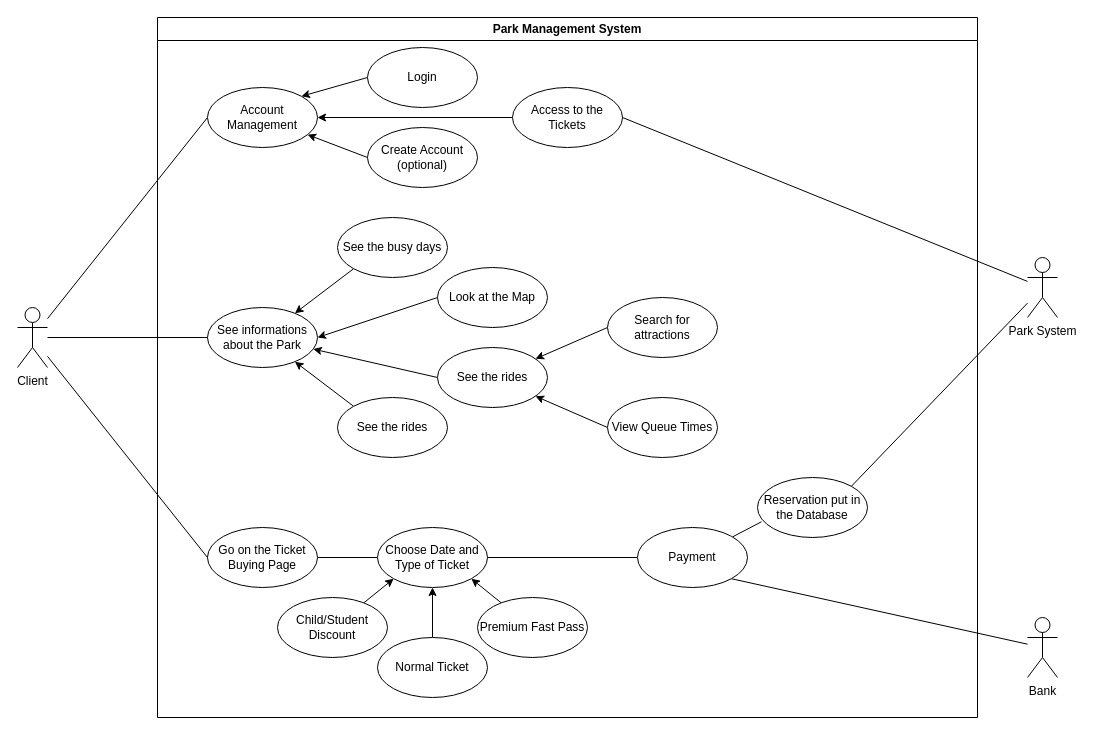
Above: ParkUML.drawio in Tristan-gitt/ParkManagement (draw.io), before the change. Source tidied: cells renumbered, new cells numbered last; positions are measured from the earlier drawing's top-left corner, leaving out a move shared by most shapes. Both pictures are drawn from the tidied source at 100%, with x=0, y=0 at pixel (17, 17).
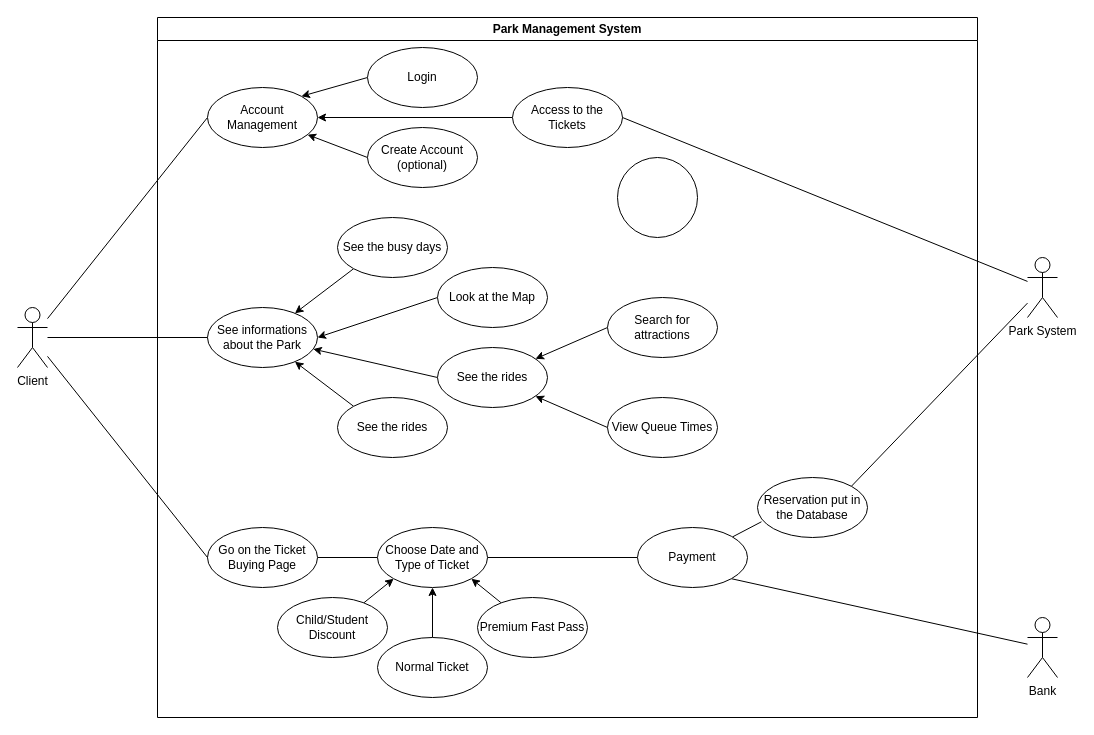
Above is the later version.

Commit message:
Ajout rond, test

The change refers to these unchanged cells:
```xml
<mxCell id="6" value="Park Management System" style="swimlane;whiteSpace=wrap;html=1;" parent="1" vertex="1">
  <mxGeometry x="140" width="820" height="700" as="geometry" />
</mxCell>
```

Diff of the diagram source:
```diff
@@
+    <mxCell id="45" style="ellipse;whiteSpace=wrap;html=1;" parent="6" vertex="1">
+      <mxGeometry x="460" y="140" width="80" height="80" as="geometry" />
+    </mxCell>
```
